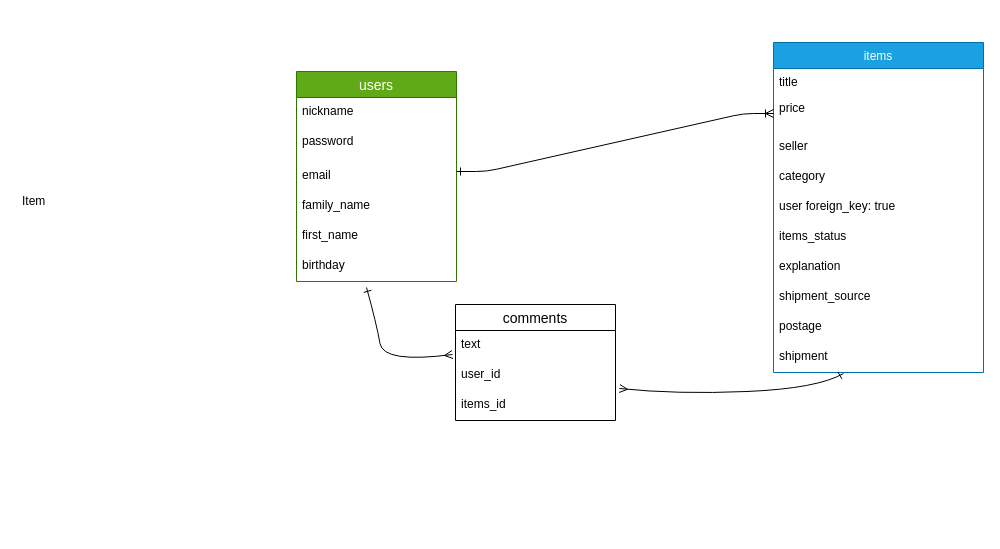
The draw.io diagram test.dio in Rasshiin/furima-36886, before the edit. Source tidied: cells renumbered, new cells numbered last; positions are measured from the earlier drawing's top-left corner, leaving out a move shared by most shapes. Both pictures are drawn from the tidied source at 100%, with x=0, y=0 at pixel (16, 42).
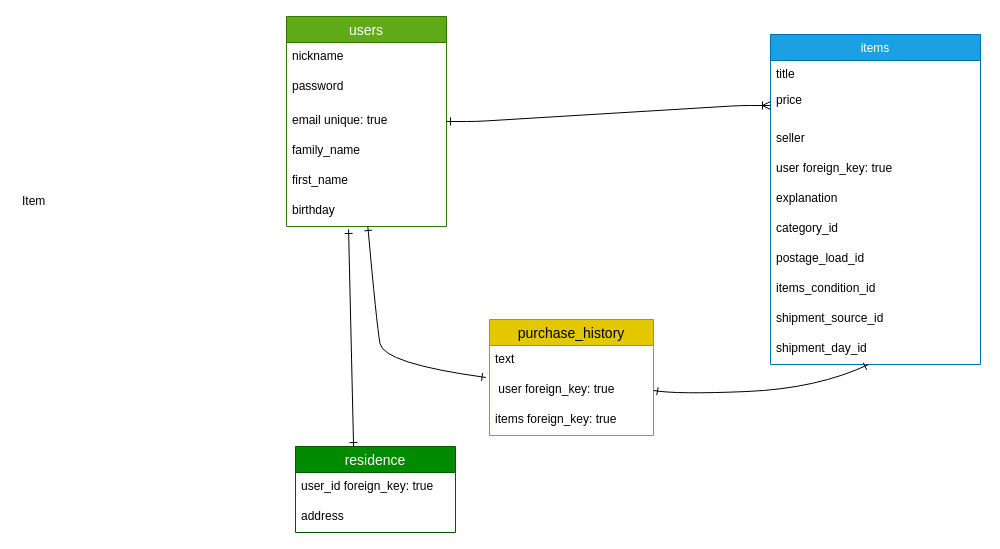
After the change.

Commit message (it also covers changes not shown here):
テーブルの追加と修正

The change refers to these unchanged cells:
```xml
<mxCell id="8" value="birthday" style="text;strokeColor=none;fillColor=none;spacingLeft=4;spacingRight=4;overflow=hidden;points=[[0,0.5],[1,0.5]];portConstraint=eastwest;fontSize=12;" parent="2" vertex="1">
  <mxGeometry y="180" width="160" height="30" as="geometry" />
</mxCell>
<mxCell id="11" value="price&#10;&#10;&#10;" style="text;strokeColor=none;fillColor=none;align=left;verticalAlign=top;spacingLeft=4;spacingRight=4;overflow=hidden;points=[[0,0.5],[1,0.5]];portConstraint=eastwest;fontStyle=0;" parent="9" vertex="1">
  <mxGeometry y="52" width="210" height="38" as="geometry" />
</mxCell>
```

Diff of the diagram source:
```diff
@@
     <mxCell id="2" value="users" style="swimlane;fontStyle=0;horizontal=1;startSize=26;align=center;fontSize=14;fillColor=#60a917;strokeColor=#2D7600;fontColor=#ffffff;" parent="1" vertex="1">
-      <mxGeometry x="280" y="29" width="160" height="210" as="geometry" />
+      <mxGeometry x="270" y="-26" width="160" height="210" as="geometry" />
     </mxCell>
@@
-    <mxCell id="5" value="email" style="text;strokeColor=none;fillColor=none;spacingLeft=4;spacingRight=4;overflow=hidden;points=[[0,0.5],[1,0.5]];portConstraint=eastwest;fontSize=12;" parent="2" vertex="1">
+    <mxCell id="5" value="email unique: true" style="text;strokeColor=none;fillColor=none;spacingLeft=4;spacingRight=4;overflow=hidden;points=[[0,0.5],[1,0.5]];portConstraint=eastwest;fontSize=12;" parent="2" vertex="1">
       <mxGeometry y="90" width="160" height="30" as="geometry" />
     </mxCell>
@@
     <mxCell id="9" value="items" style="swimlane;fontStyle=0;horizontal=1;startSize=26;fillColor=#1ba1e2;strokeColor=#006EAF;fontColor=#ffffff;" parent="1" vertex="1">
-      <mxGeometry x="757" width="210" height="330" as="geometry" />
+      <mxGeometry x="754" y="-8" width="210" height="330" as="geometry" />
     </mxCell>
@@
-    <mxCell id="13" value="category" style="text;strokeColor=none;fillColor=none;spacingLeft=4;spacingRight=4;overflow=hidden;fontSize=12;" parent="9" vertex="1">
-      <mxGeometry y="120" width="210" height="30" as="geometry" />
-    </mxCell>
-    <mxCell id="14" value="user foreign_key: true" style="text;strokeColor=none;fillColor=none;spacingLeft=4;spacingRight=4;overflow=hidden;fontSize=12;" parent="9" vertex="1">
-      <mxGeometry y="150" width="210" height="30" as="geometry" />
+    <mxCell id="14" value="user foreign_key: true" style="text;strokeColor=none;fillColor=none;spacingLeft=4;spacingRight=4;overflow=hidden;fontSize=12;" parent="9" vertex="1">
+      <mxGeometry y="120" width="210" height="30" as="geometry" />
     </mxCell>
-    <mxCell id="15" value="items_status" style="text;strokeColor=none;fillColor=none;spacingLeft=4;spacingRight=4;overflow=hidden;fontSize=12;" parent="9" vertex="1">
-      <mxGeometry y="180" width="210" height="30" as="geometry" />
-    </mxCell>
     <mxCell id="16" value="explanation" style="text;strokeColor=none;fillColor=none;spacingLeft=4;spacingRight=4;overflow=hidden;fontSize=12;" parent="9" vertex="1">
-      <mxGeometry y="210" width="210" height="30" as="geometry" />
+      <mxGeometry y="150" width="210" height="30" as="geometry" />
     </mxCell>
-    <mxCell id="17" value="shipment_source" style="text;strokeColor=none;fillColor=none;spacingLeft=4;spacingRight=4;overflow=hidden;fontSize=12;" parent="9" vertex="1">
-      <mxGeometry y="240" width="210" height="30" as="geometry" />
-    </mxCell>
-    <mxCell id="18" value="postage" style="text;strokeColor=none;fillColor=none;spacingLeft=4;spacingRight=4;overflow=hidden;fontSize=12;" parent="9" vertex="1">
-      <mxGeometry y="270" width="210" height="30" as="geometry" />
-    </mxCell>
-    <mxCell id="19" value="shipment" style="text;strokeColor=none;fillColor=none;spacingLeft=4;spacingRight=4;overflow=hidden;points=[[0,0.5],[1,0.5]];portConstraint=eastwest;fontSize=12;" parent="9" vertex="1">
-      <mxGeometry y="300" width="210" height="30" as="geometry" />
-    </mxCell>
+    <mxCell id="28" value="category_id" style="text;strokeColor=none;fillColor=none;spacingLeft=4;spacingRight=4;overflow=hidden;fontSize=12;" parent="9" vertex="1">
+      <mxGeometry y="180" width="210" height="30" as="geometry" />
+    </mxCell>
+    <mxCell id="29" value="postage_load_id" style="text;strokeColor=none;fillColor=none;spacingLeft=4;spacingRight=4;overflow=hidden;fontSize=12;" parent="9" vertex="1">
+      <mxGeometry y="210" width="210" height="30" as="geometry" />
+    </mxCell>
+    <mxCell id="30" value="items_condition_id" style="text;strokeColor=none;fillColor=none;spacingLeft=4;spacingRight=4;overflow=hidden;fontSize=12;" parent="9" vertex="1">
+      <mxGeometry y="240" width="210" height="30" as="geometry" />
+    </mxCell>
+    <mxCell id="31" value="shipment_source_id" style="text;strokeColor=none;fillColor=none;spacingLeft=4;spacingRight=4;overflow=hidden;fontSize=12;" parent="9" vertex="1">
+      <mxGeometry y="270" width="210" height="30" as="geometry" />
+    </mxCell>
+    <mxCell id="32" value="shipment_day_id" style="text;strokeColor=none;fillColor=none;spacingLeft=4;spacingRight=4;overflow=hidden;points=[[0,0.5],[1,0.5]];portConstraint=eastwest;fontSize=12;" parent="9" vertex="1">
+      <mxGeometry y="300" width="210" height="30" as="geometry" />
+    </mxCell>
-    <mxCell id="20" style="edgeStyle=entityRelationEdgeStyle;fontSize=12;html=1;endArrow=ERoneToMany;startArrow=ERone;entryX=0;entryY=0.5;entryDx=0;entryDy=0;startFill=0;" parent="1" edge="1" target="11">
-      <mxGeometry relative="1" as="geometry">
-        <mxPoint x="440" y="129" as="sourcePoint" />
-      </mxGeometry>
+    <mxCell id="20" style="edgeStyle=entityRelationEdgeStyle;fontSize=12;html=1;endArrow=ERoneToMany;startArrow=ERone;entryX=0;entryY=0.5;entryDx=0;entryDy=0;startFill=0;exitX=1;exitY=0.5;exitDx=0;exitDy=0;" parent="1" edge="1" source="5" target="11">
+      <mxGeometry relative="1" as="geometry" />
     </mxCell>
-    <mxCell id="21" style="curved=1;endArrow=ERmany;html=1;endFill=0;startArrow=ERone;startFill=0;" parent="1" edge="1">
+    <mxCell id="21" style="curved=1;endArrow=ERone;html=1;endFill=0;startArrow=ERone;startFill=0;entryX=-0.021;entryY=0.067;entryDx=0;entryDy=0;entryPerimeter=0;" parent="1" edge="1" source="8" target="24">
       <mxGeometry relative="1" as="geometry">
-        <mxPoint x="350" y="245" as="sourcePoint" />
-        <mxPoint x="436" y="312" as="targetPoint" />
         <Array as="points">
           <mxPoint x="360" y="281" />
           <mxPoint x="367" y="321" />
         </Array>
       </mxGeometry>
     </mxCell>
-    <mxCell id="22" value="comments" style="swimlane;fontStyle=0;horizontal=1;startSize=26;align=center;fontSize=14;" parent="1" vertex="1">
-      <mxGeometry x="439" y="262" width="160" height="116" as="geometry" />
+    <mxCell id="22" value="purchase_history" style="swimlane;fontStyle=0;horizontal=1;startSize=26;align=center;fontSize=14;fillColor=#e3c800;strokeColor=#B09500;fontColor=#000000;" parent="1" vertex="1">
+      <mxGeometry x="473" y="277" width="164" height="116" as="geometry" />
     </mxCell>
     <mxCell id="23" value="text" style="text;strokeColor=none;fillColor=none;spacingLeft=4;spacingRight=4;overflow=hidden;fontSize=12;" parent="22" vertex="1">
-      <mxGeometry y="26" width="160" height="30" as="geometry" />
+      <mxGeometry y="26" width="164" height="30" as="geometry" />
     </mxCell>
-    <mxCell id="24" value="user_id" style="text;strokeColor=none;fillColor=none;spacingLeft=4;spacingRight=4;overflow=hidden;points=[[0,0.5],[1,0.5]];portConstraint=eastwest;fontSize=12;" parent="22" vertex="1">
-      <mxGeometry y="56" width="160" height="30" as="geometry" />
+    <mxCell id="24" value=" user foreign_key: true" style="text;strokeColor=none;fillColor=none;spacingLeft=4;spacingRight=4;overflow=hidden;points=[[0,0.5],[1,0.5]];portConstraint=eastwest;fontSize=12;" parent="22" vertex="1">
+      <mxGeometry y="56" width="164" height="30" as="geometry" />
     </mxCell>
-    <mxCell id="25" value="items_id" style="text;strokeColor=none;fillColor=none;spacingLeft=4;spacingRight=4;overflow=hidden;fontSize=12;" parent="22" vertex="1">
-      <mxGeometry y="86" width="160" height="30" as="geometry" />
+    <mxCell id="25" value="items foreign_key: true" style="text;strokeColor=none;fillColor=none;spacingLeft=4;spacingRight=4;overflow=hidden;fontSize=12;" parent="22" vertex="1">
+      <mxGeometry y="86" width="164" height="30" as="geometry" />
     </mxCell>
-    <mxCell id="26" style="curved=1;endArrow=ERmany;html=1;endFill=0;startArrow=ERone;startFill=0;exitX=0.333;exitY=1.033;exitDx=0;exitDy=0;exitPerimeter=0;" parent="1" edge="1" source="19">
+    <mxCell id="26" style="curved=1;endArrow=ERone;html=1;endFill=0;startArrow=ERone;startFill=0;entryX=1;entryY=0.5;entryDx=0;entryDy=0;exitX=0.467;exitY=1;exitDx=0;exitDy=0;exitPerimeter=0;" parent="1" edge="1" source="32" target="24">
       <mxGeometry relative="1" as="geometry">
-        <mxPoint x="603" y="346" as="targetPoint" />
         <Array as="points">
           <mxPoint x="801" y="346" />
           <mxPoint x="660" y="352" />
         </Array>
       </mxGeometry>
     </mxCell>
@@
+    <mxCell id="33" value="residence" style="swimlane;fontStyle=0;horizontal=1;startSize=26;align=center;fontSize=14;fillColor=#008a00;strokeColor=#005700;fontColor=#ffffff;" parent="1" vertex="1">
+      <mxGeometry x="279" y="404" width="160" height="86" as="geometry" />
+    </mxCell>
+    <mxCell id="34" value="user_id foreign_key: true" style="text;strokeColor=none;fillColor=none;spacingLeft=4;spacingRight=4;overflow=hidden;fontSize=12;" parent="33" vertex="1">
+      <mxGeometry y="26" width="160" height="30" as="geometry" />
+    </mxCell>
+    <mxCell id="35" value="address" style="text;strokeColor=none;fillColor=none;spacingLeft=4;spacingRight=4;overflow=hidden;fontSize=12;" parent="33" vertex="1">
+      <mxGeometry y="56" width="160" height="30" as="geometry" />
+    </mxCell>
+    <mxCell id="36" style="endArrow=ERone;html=1;entryX=0.388;entryY=1.1;entryDx=0;entryDy=0;entryPerimeter=0;exitX=0.363;exitY=0;exitDx=0;exitDy=0;exitPerimeter=0;startArrow=ERone;startFill=0;endFill=0;" parent="1" edge="1" source="33" target="8">
+      <mxGeometry relative="1" as="geometry" />
+    </mxCell>
```
